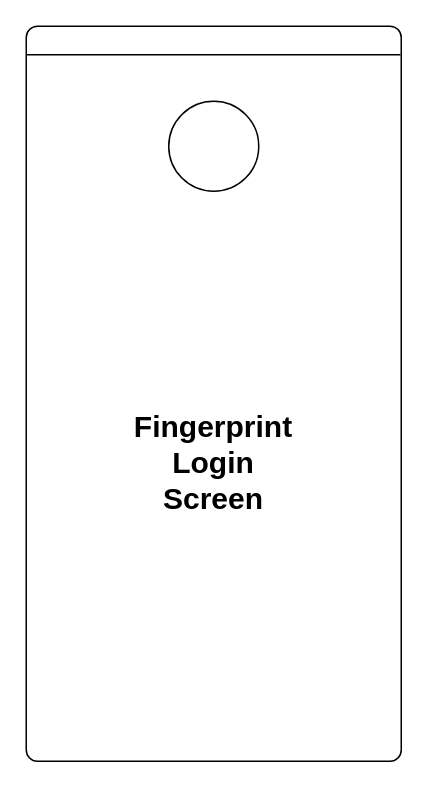
Above: page "Main View" (1 of 6) of Music Flow.drawio in CorpDK/Drawing (draw.io), before the change. Source tidied: cells renumbered, new cells numbered last; positions are measured from the earlier drawing's top-left corner, leaving out a move shared by most shapes. Both pictures are drawn from the tidied source at 150%, with x=0, y=0 at pixel (26, 26). Pictures stored in the file or linked from it are replaced by grey dashed boxes.
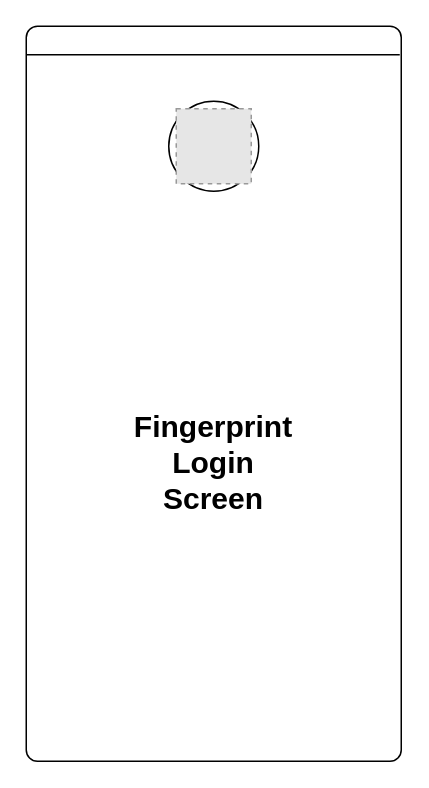
Above is the later version.

The edit, as a diff of the source:
```diff
@@
 <mxGraphModel>
   <root>
     <mxCell id="0" />
     <mxCell id="1" parent="0" />
     <mxCell id="2" style="rounded=1;whiteSpace=wrap;html=1;arcSize=3;" parent="1" vertex="1">
       <mxGeometry width="250" height="490" as="geometry" />
     </mxCell>
     <mxCell id="3" style="endArrow=none;html=1;exitX=1;exitY=0.5;exitDx=0;exitDy=0;entryX=0;entryY=0.5;entryDx=0;entryDy=0;" parent="1" edge="1">
       <mxGeometry relative="1" as="geometry">
-        <mxPoint x="249.5" y="19" as="sourcePoint" />
+        <mxPoint x="249" y="19" as="sourcePoint" />
         <mxPoint y="19" as="targetPoint" />
       </mxGeometry>
     </mxCell>
     <mxCell id="4" value="Fingerprint Login&lt;br&gt;Screen" style="text;html=1;strokeColor=none;fillColor=none;align=center;verticalAlign=middle;whiteSpace=wrap;rounded=0;fontSize=20;fontStyle=1;" parent="1" vertex="1">
       <mxGeometry x="72" y="260" width="106" height="60" as="geometry" />
     </mxCell>
     <mxCell id="5" style="whiteSpace=wrap;html=1;rounded=1;arcSize=50;" parent="1" vertex="1">
       <mxGeometry x="95" y="50" width="60" height="60" as="geometry" />
     </mxCell>
+    <mxCell id="6" style="fillColor=#E6E6E6;strokeColor=#999999;dashed=1;verticalLabelPosition=bottom;verticalAlign=top;" parent="1" vertex="1">
+      <mxGeometry x="100" y="55" width="50" height="50" as="geometry" />
+    </mxCell>
   </root>
 </mxGraphModel>
```
